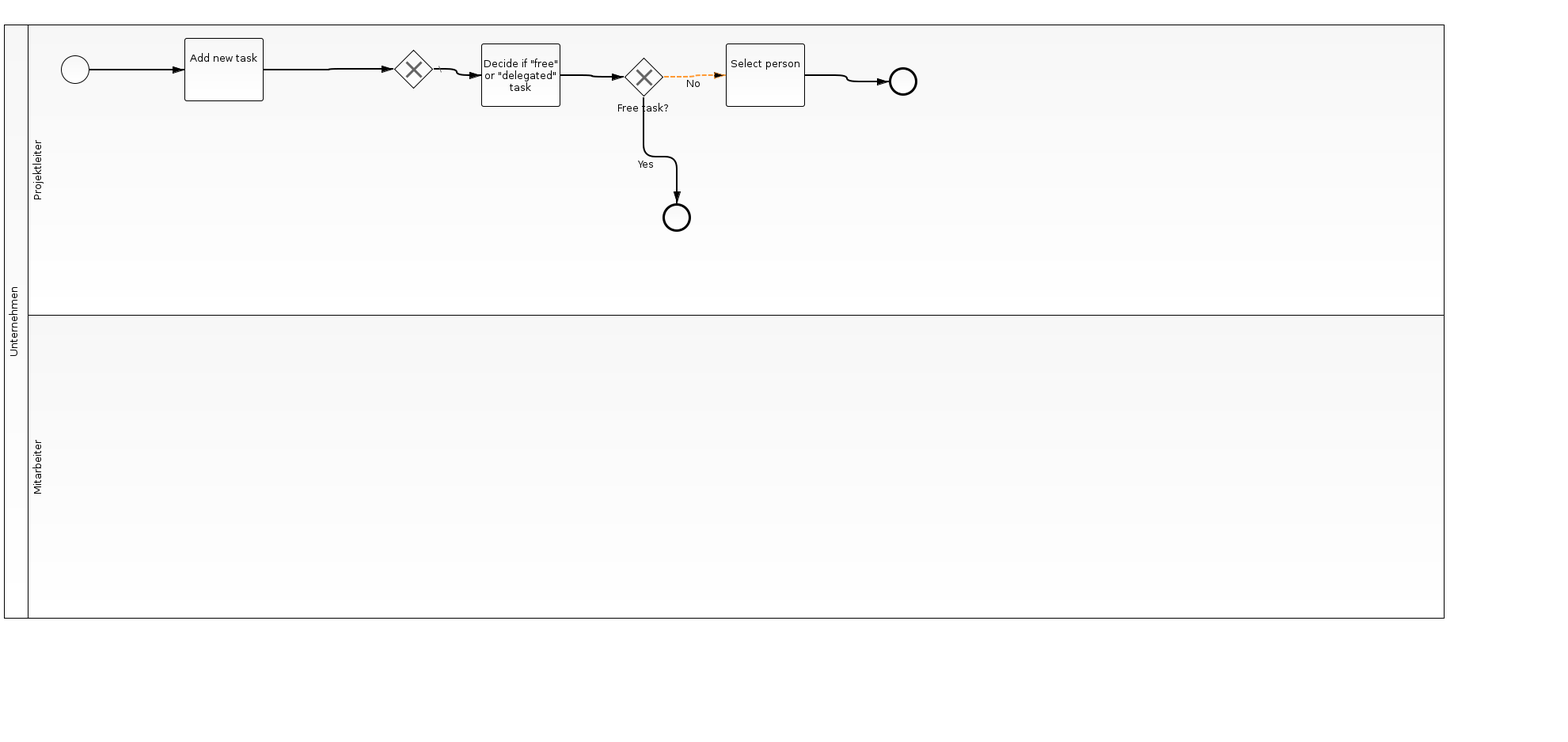
Above: wirtschaftsinformatik/src/main/resources/tasklist.png in ErosFricker/winf (BPMN), before the change. Its source is kept beside it as wirtschaftsinformatik/src/main/resources/tasklist.bpmn. Ids are renumbered.
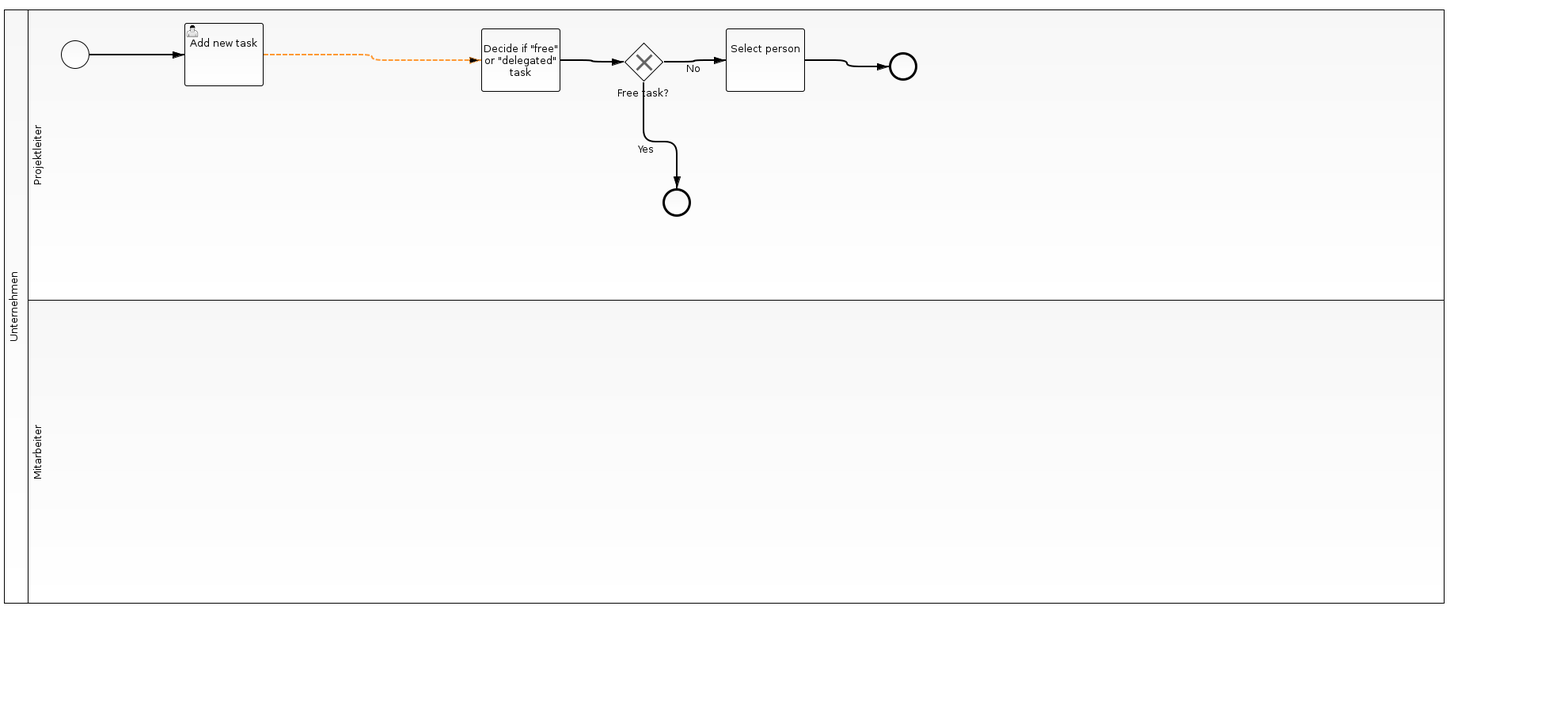
Above is the later version.

The edit, as a diff of the source:
```diff
@@ -7,7 +7,6 @@
       <bpmn2:lane id="Lane_3" name="Projektleiter">
         <bpmn2:flowNodeRef>StartEvent_1</bpmn2:flowNodeRef>
         <bpmn2:flowNodeRef>Task_1</bpmn2:flowNodeRef>
-        <bpmn2:flowNodeRef>ExclusiveGateway_1</bpmn2:flowNodeRef>
         <bpmn2:flowNodeRef>Task_3</bpmn2:flowNodeRef>
         <bpmn2:flowNodeRef>ExclusiveGateway_2</bpmn2:flowNodeRef>
         <bpmn2:flowNodeRef>EndEvent_1</bpmn2:flowNodeRef>
@@ -20,18 +19,12 @@
       <bpmn2:outgoing>SequenceFlow_1</bpmn2:outgoing>
     </bpmn2:startEvent>
     <bpmn2:sequenceFlow id="SequenceFlow_1" name="" sourceRef="StartEvent_1" targetRef="Task_1"/>
-    <bpmn2:task id="Task_1" name="Add new task">
+    <bpmn2:userTask id="Task_1" name="Add new task">
       <bpmn2:incoming>SequenceFlow_1</bpmn2:incoming>
-      <bpmn2:outgoing>SequenceFlow_3</bpmn2:outgoing>
-    </bpmn2:task>
-    <bpmn2:sequenceFlow id="SequenceFlow_3" name="" sourceRef="Task_1" targetRef="ExclusiveGateway_1"/>
-    <bpmn2:exclusiveGateway id="ExclusiveGateway_1" default="SequenceFlow_5">
-      <bpmn2:incoming>SequenceFlow_3</bpmn2:incoming>
-      <bpmn2:outgoing>SequenceFlow_5</bpmn2:outgoing>
-    </bpmn2:exclusiveGateway>
-    <bpmn2:sequenceFlow id="SequenceFlow_5" name="" sourceRef="ExclusiveGateway_1" targetRef="Task_3"/>
+      <bpmn2:outgoing>SequenceFlow_19</bpmn2:outgoing>
+    </bpmn2:userTask>
     <bpmn2:task id="Task_3" name="Decide if &quot;free&quot; or &quot;delegated&quot; task">
-      <bpmn2:incoming>SequenceFlow_5</bpmn2:incoming>
+      <bpmn2:incoming>SequenceFlow_19</bpmn2:incoming>
       <bpmn2:outgoing>SequenceFlow_6</bpmn2:outgoing>
     </bpmn2:task>
     <bpmn2:exclusiveGateway id="ExclusiveGateway_2" name="Free task?">
@@ -57,6 +50,7 @@
       <bpmn2:incoming>SequenceFlow_9</bpmn2:incoming>
     </bpmn2:endEvent>
     <bpmn2:sequenceFlow id="SequenceFlow_9" name="" sourceRef="Task_4" targetRef="EndEvent_2"/>
+    <bpmn2:sequenceFlow id="SequenceFlow_19" name="" sourceRef="Task_1" targetRef="Task_3"/>
   </bpmn2:process>
   <bpmndi:BPMNDiagram id="BPMNDiagram_1">
     <bpmndi:BPMNPlane id="BPMNPlane_1" bpmnElement="_Collaboration_2">
@@ -76,12 +70,6 @@
           <dc:Bounds height="6.0" width="6.0" x="172.0" y="69.0"/>
         </bpmndi:BPMNLabel>
       </bpmndi:BPMNEdge>
-      <bpmndi:BPMNShape id="_BPMNShape_ExclusiveGateway_2" bpmnElement="ExclusiveGateway_1" isMarkerVisible="true">
-        <dc:Bounds height="50.0" width="50.0" x="492.0" y="43.0"/>
-        <bpmndi:BPMNLabel>
-          <dc:Bounds height="0.0" width="0.0" x="517.0" y="98.0"/>
-        </bpmndi:BPMNLabel>
-      </bpmndi:BPMNShape>
       <bpmndi:BPMNShape id="_BPMNShape_Participant_2" bpmnElement="_Participant_2" isHorizontal="true">
         <dc:Bounds height="751.0" width="1820.0" x="0.0" y="12.0"/>
       </bpmndi:BPMNShape>
@@ -91,27 +79,9 @@
       <bpmndi:BPMNShape id="_BPMNShape_Lane_6" bpmnElement="Lane_5" isHorizontal="true">
         <dc:Bounds height="384.0" width="1790.0" x="30.0" y="379.0"/>
       </bpmndi:BPMNShape>
-      <bpmndi:BPMNEdge id="BPMNEdge_SequenceFlow_3" bpmnElement="SequenceFlow_3" sourceElement="_BPMNShape_Task_2" targetElement="_BPMNShape_ExclusiveGateway_2">
-        <di:waypoint xsi:type="dc:Point" x="328.0" y="69.0"/>
-        <di:waypoint xsi:type="dc:Point" x="410.0" y="69.0"/>
-        <di:waypoint xsi:type="dc:Point" x="410.0" y="68.0"/>
-        <di:waypoint xsi:type="dc:Point" x="492.0" y="68.0"/>
-        <bpmndi:BPMNLabel>
-          <dc:Bounds height="6.0" width="6.0" x="407.0" y="69.0"/>
-        </bpmndi:BPMNLabel>
-      </bpmndi:BPMNEdge>
       <bpmndi:BPMNShape id="_BPMNShape_Task_4" bpmnElement="Task_3">
         <dc:Bounds height="80.0" width="100.0" x="603.0" y="36.0"/>
       </bpmndi:BPMNShape>
-      <bpmndi:BPMNEdge id="BPMNEdge_SequenceFlow_5" bpmnElement="SequenceFlow_5" sourceElement="_BPMNShape_ExclusiveGateway_2" targetElement="_BPMNShape_Task_4">
-        <di:waypoint xsi:type="dc:Point" x="542.0" y="68.0"/>
-        <di:waypoint xsi:type="dc:Point" x="572.0" y="68.0"/>
-        <di:waypoint xsi:type="dc:Point" x="572.0" y="76.0"/>
-        <di:waypoint xsi:type="dc:Point" x="603.0" y="76.0"/>
-        <bpmndi:BPMNLabel>
-          <dc:Bounds height="6.0" width="6.0" x="569.0" y="73.0"/>
-        </bpmndi:BPMNLabel>
-      </bpmndi:BPMNEdge>
       <bpmndi:BPMNShape id="_BPMNShape_ExclusiveGateway_3" bpmnElement="ExclusiveGateway_2" isMarkerVisible="true">
         <dc:Bounds height="50.0" width="50.0" x="783.0" y="53.0"/>
         <bpmndi:BPMNLabel>
@@ -169,6 +139,12 @@
           <dc:Bounds height="6.0" width="6.0" x="1062.0" y="80.0"/>
         </bpmndi:BPMNLabel>
       </bpmndi:BPMNEdge>
+      <bpmndi:BPMNEdge id="BPMNEdge_SequenceFlow_19" bpmnElement="SequenceFlow_19" sourceElement="_BPMNShape_Task_2" targetElement="_BPMNShape_Task_4">
+        <di:waypoint xsi:type="dc:Point" x="328.0" y="69.0"/>
+        <di:waypoint xsi:type="dc:Point" x="465.0" y="69.0"/>
+        <di:waypoint xsi:type="dc:Point" x="465.0" y="76.0"/>
+        <di:waypoint xsi:type="dc:Point" x="603.0" y="76.0"/>
+      </bpmndi:BPMNEdge>
     </bpmndi:BPMNPlane>
   </bpmndi:BPMNDiagram>
 </bpmn2:definitions>
```
